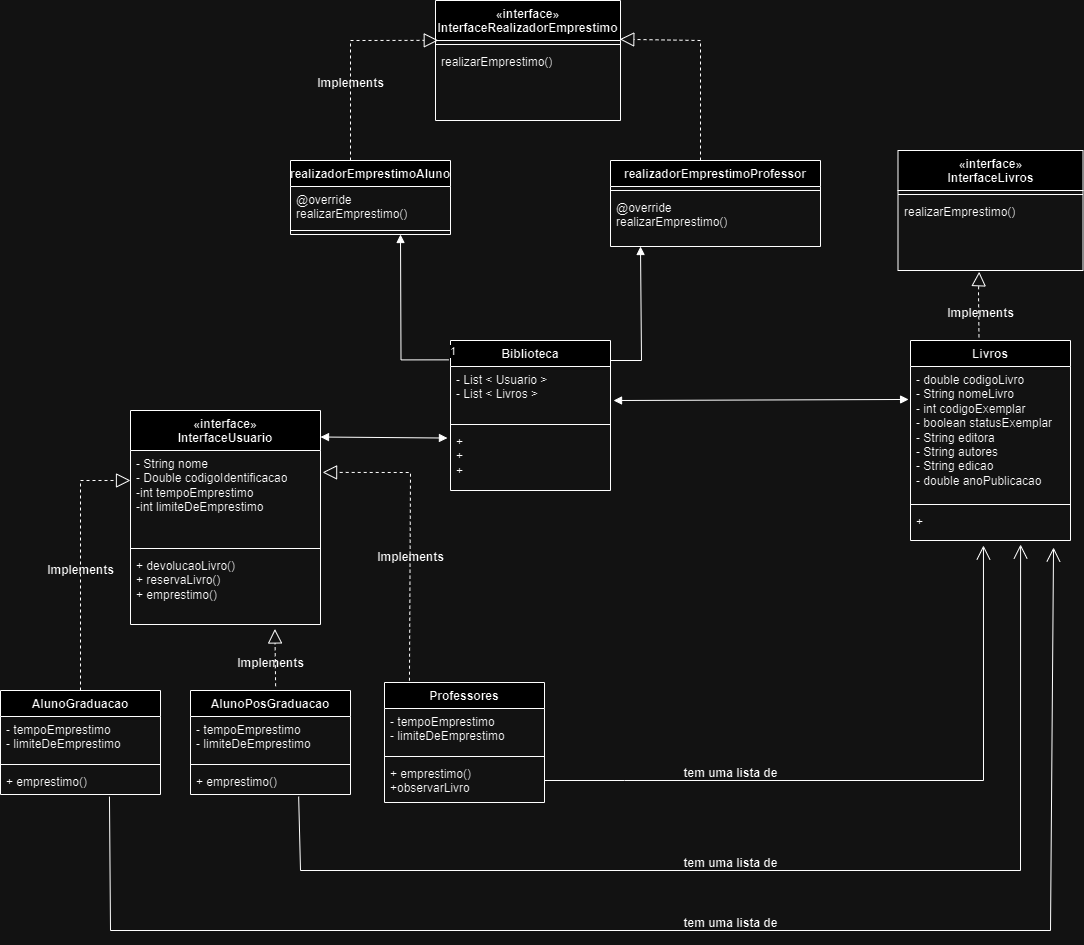
Earlier version of the draw.io export ClassesProjeto/DiagramaClassesTemporario.png (JoseRaimundo27/Trabalho-Final-EngSofware). Source tidied: cells renumbered, new cells last; positions are measured from the earlier drawing's top-left corner, leaving out a move shared by most shapes.
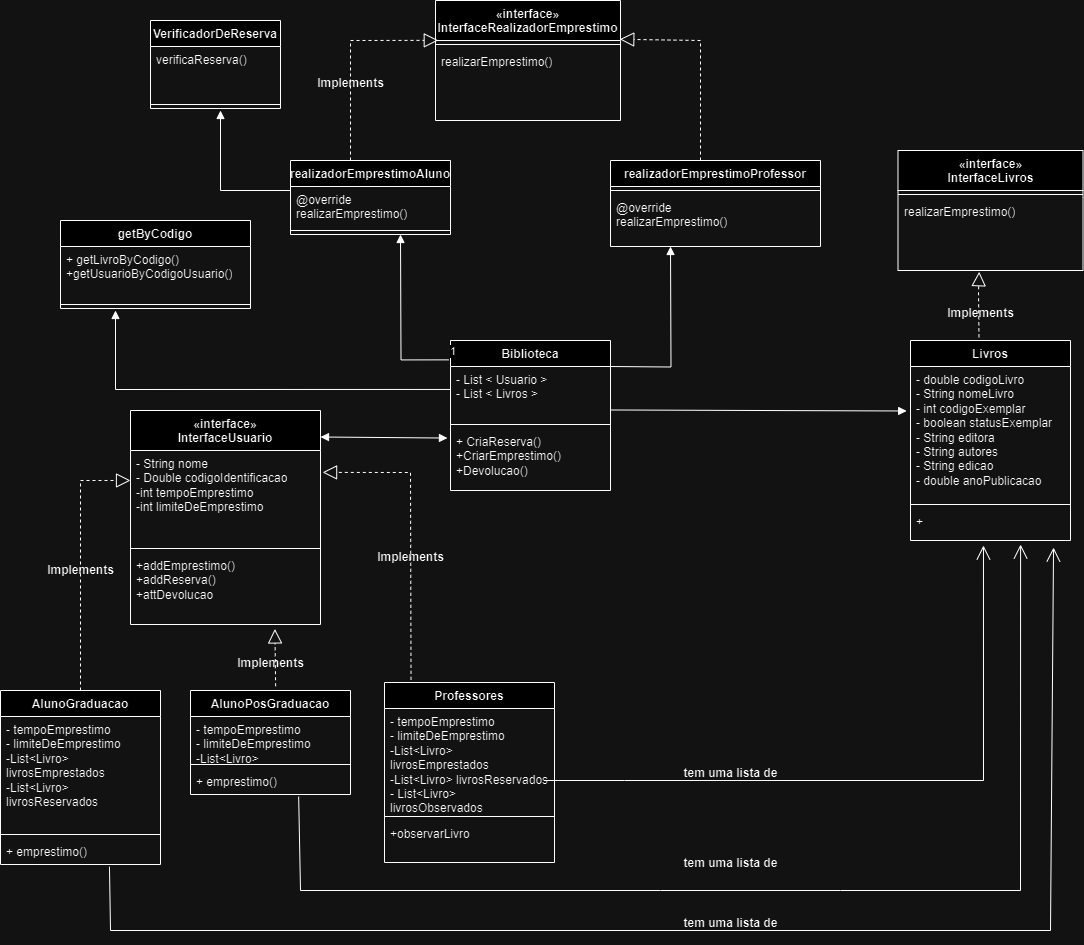
The same file after the commit.

Commit message:
atualizando diagrama

Diff of the diagram source:
```diff
@@ -11,7 +11,7 @@
     <mxCell id="4" style="line;strokeWidth=1;fillColor=none;align=left;verticalAlign=middle;spacingTop=-1;spacingLeft=3;spacingRight=3;labelPosition=right;strokeColor=inherit;" parent="2" vertex="1">
       <mxGeometry y="134" width="190" height="8" as="geometry" />
     </mxCell>
-    <mxCell id="5" value="+ devolucaoLivro()&lt;br&gt;+ reservaLivro()&lt;br&gt;+ emprestimo()" style="text;strokeColor=none;fillColor=none;align=left;verticalAlign=top;spacingLeft=4;spacingRight=4;overflow=hidden;points=[[0,0.5],[1,0.5]];portConstraint=eastwest;whiteSpace=wrap;html=1;" parent="2" vertex="1">
+    <mxCell id="5" value="+addEmprestimo()&lt;br&gt;+addReserva()&lt;br&gt;+attDevolucao" style="text;strokeColor=none;fillColor=none;align=left;verticalAlign=top;spacingLeft=4;spacingRight=4;overflow=hidden;points=[[0,0.5],[1,0.5]];portConstraint=eastwest;whiteSpace=wrap;html=1;" parent="2" vertex="1">
       <mxGeometry y="142" width="190" height="72" as="geometry" />
     </mxCell>
     <mxCell id="6" style="endArrow=block;dashed=1;endFill=0;endSize=12;html=1;rounded=0;exitX=0.5;exitY=0;exitDx=0;exitDy=0;entryX=0;entryY=0.319;entryDx=0;entryDy=0;entryPerimeter=0;" parent="1" edge="1" source="7" target="3">
@@ -22,21 +22,21 @@
       </mxGeometry>
     </mxCell>
     <mxCell id="7" value="AlunoGraduacao" style="swimlane;fontStyle=1;align=center;verticalAlign=top;horizontal=1;startSize=26;whiteSpace=wrap;html=1;" parent="1" vertex="1">
-      <mxGeometry y="690" width="160" height="104" as="geometry" />
+      <mxGeometry y="690" width="160" height="174" as="geometry" />
     </mxCell>
-    <mxCell id="8" value="- tempoEmprestimo&lt;br&gt;- limiteDeEmprestimo" style="text;strokeColor=none;fillColor=none;align=left;verticalAlign=top;spacingLeft=4;spacingRight=4;overflow=hidden;whiteSpace=wrap;html=1;" parent="7" vertex="1">
-      <mxGeometry y="26" width="160" height="44" as="geometry" />
+    <mxCell id="8" value="- tempoEmprestimo&lt;br&gt;- limiteDeEmprestimo&lt;br&gt;-List&amp;lt;Livro&amp;gt; livrosEmprestados&lt;br&gt;-List&amp;lt;Livro&amp;gt; livrosReservados" style="text;strokeColor=none;fillColor=none;align=left;verticalAlign=top;spacingLeft=4;spacingRight=4;overflow=hidden;whiteSpace=wrap;html=1;" parent="7" vertex="1">
+      <mxGeometry y="26" width="160" height="114" as="geometry" />
     </mxCell>
     <mxCell id="9" style="line;strokeWidth=1;fillColor=none;align=left;verticalAlign=middle;spacingTop=-1;spacingLeft=3;spacingRight=3;labelPosition=right;strokeColor=inherit;" parent="7" vertex="1">
-      <mxGeometry y="70" width="160" height="8" as="geometry" />
+      <mxGeometry y="140" width="160" height="8" as="geometry" />
     </mxCell>
     <mxCell id="10" value="+ emprestimo()" style="text;strokeColor=none;fillColor=none;align=left;verticalAlign=top;spacingLeft=4;spacingRight=4;overflow=hidden;points=[[0,0.5],[1,0.5]];portConstraint=eastwest;whiteSpace=wrap;html=1;" parent="7" vertex="1">
-      <mxGeometry y="78" width="160" height="26" as="geometry" />
+      <mxGeometry y="148" width="160" height="26" as="geometry" />
     </mxCell>
     <mxCell id="11" value="AlunoPosGraduacao" style="swimlane;fontStyle=1;align=center;verticalAlign=top;horizontal=1;startSize=26;whiteSpace=wrap;html=1;" parent="1" vertex="1">
       <mxGeometry x="190" y="690" width="160" height="104" as="geometry" />
     </mxCell>
-    <mxCell id="12" value="- tempoEmprestimo&lt;br style=&quot;border-color: var(--border-color);&quot;&gt;- limiteDeEmprestimo" style="text;strokeColor=none;fillColor=none;align=left;verticalAlign=top;spacingLeft=4;spacingRight=4;overflow=hidden;whiteSpace=wrap;html=1;" parent="11" vertex="1">
+    <mxCell id="12" value="- tempoEmprestimo&lt;br style=&quot;border-color: var(--border-color);&quot;&gt;- limiteDeEmprestimo&lt;br style=&quot;border-color: var(--border-color);&quot;&gt;-List&amp;lt;Livro&amp;gt; livrosEmprestados&lt;br style=&quot;border-color: var(--border-color);&quot;&gt;-List&amp;lt;Livro&amp;gt; livrosReservados" style="text;strokeColor=none;fillColor=none;align=left;verticalAlign=top;spacingLeft=4;spacingRight=4;overflow=hidden;whiteSpace=wrap;html=1;" parent="11" vertex="1">
       <mxGeometry y="26" width="160" height="44" as="geometry" />
     </mxCell>
     <mxCell id="13" style="line;strokeWidth=1;fillColor=none;align=left;verticalAlign=middle;spacingTop=-1;spacingLeft=3;spacingRight=3;labelPosition=right;strokeColor=inherit;" parent="11" vertex="1">
@@ -46,16 +46,16 @@
       <mxGeometry y="78" width="160" height="26" as="geometry" />
     </mxCell>
     <mxCell id="15" value="Professores" style="swimlane;fontStyle=1;align=center;verticalAlign=top;horizontal=1;startSize=26;whiteSpace=wrap;html=1;" parent="1" vertex="1">
-      <mxGeometry x="384" y="682" width="160" height="120" as="geometry" />
+      <mxGeometry x="384" y="682" width="170" height="180" as="geometry" />
     </mxCell>
-    <mxCell id="16" value="- tempoEmprestimo&lt;br style=&quot;border-color: var(--border-color);&quot;&gt;- limiteDeEmprestimo" style="text;strokeColor=none;fillColor=none;align=left;verticalAlign=top;spacingLeft=4;spacingRight=4;overflow=hidden;whiteSpace=wrap;html=1;" parent="15" vertex="1">
-      <mxGeometry y="26" width="160" height="44" as="geometry" />
+    <mxCell id="16" value="- tempoEmprestimo&lt;br style=&quot;border-color: var(--border-color);&quot;&gt;- limiteDeEmprestimo&lt;br style=&quot;border-color: var(--border-color);&quot;&gt;-List&amp;lt;Livro&amp;gt; livrosEmprestados&lt;br style=&quot;border-color: var(--border-color);&quot;&gt;-List&amp;lt;Livro&amp;gt; livrosReservados&lt;br&gt;- List&amp;lt;Livro&amp;gt; livrosObservados" style="text;strokeColor=none;fillColor=none;align=left;verticalAlign=top;spacingLeft=4;spacingRight=4;overflow=hidden;whiteSpace=wrap;html=1;" parent="15" vertex="1">
+      <mxGeometry y="26" width="170" height="104" as="geometry" />
     </mxCell>
     <mxCell id="17" style="line;strokeWidth=1;fillColor=none;align=left;verticalAlign=middle;spacingTop=-1;spacingLeft=3;spacingRight=3;labelPosition=right;strokeColor=inherit;" parent="15" vertex="1">
-      <mxGeometry y="70" width="160" height="8" as="geometry" />
+      <mxGeometry y="130" width="170" height="8" as="geometry" />
     </mxCell>
-    <mxCell id="18" value="+ emprestimo()&lt;br&gt;+observarLivro" style="text;strokeColor=none;fillColor=none;align=left;verticalAlign=top;spacingLeft=4;spacingRight=4;overflow=hidden;whiteSpace=wrap;html=1;" parent="15" vertex="1">
-      <mxGeometry y="78" width="160" height="42" as="geometry" />
+    <mxCell id="18" value="+observarLivro" style="text;strokeColor=none;fillColor=none;align=left;verticalAlign=top;spacingLeft=4;spacingRight=4;overflow=hidden;whiteSpace=wrap;html=1;" parent="15" vertex="1">
+      <mxGeometry y="138" width="170" height="42" as="geometry" />
     </mxCell>
     <mxCell id="19" value="Biblioteca" style="swimlane;fontStyle=1;align=center;verticalAlign=top;horizontal=1;startSize=26;whiteSpace=wrap;html=1;" parent="1" vertex="1">
       <mxGeometry x="450" y="340" width="160" height="150" as="geometry" />
@@ -66,7 +66,7 @@
     <mxCell id="21" style="line;strokeWidth=1;fillColor=none;align=left;verticalAlign=middle;spacingTop=-1;spacingLeft=3;spacingRight=3;labelPosition=right;strokeColor=inherit;" parent="19" vertex="1">
       <mxGeometry y="80" width="160" height="8" as="geometry" />
     </mxCell>
-    <mxCell id="22" value="+&lt;br&gt;+&lt;br&gt;+" style="text;strokeColor=none;fillColor=none;align=left;verticalAlign=top;spacingLeft=4;spacingRight=4;overflow=hidden;points=[[0,0.5],[1,0.5]];portConstraint=eastwest;whiteSpace=wrap;html=1;" parent="19" vertex="1">
+    <mxCell id="22" value="+ CriaReserva()&lt;br&gt;+CriarEmprestimo()&lt;br&gt;+Devolucao()" style="text;strokeColor=none;fillColor=none;align=left;verticalAlign=top;spacingLeft=4;spacingRight=4;overflow=hidden;points=[[0,0.5],[1,0.5]];portConstraint=eastwest;whiteSpace=wrap;html=1;" parent="19" vertex="1">
       <mxGeometry y="88" width="160" height="62" as="geometry" />
     </mxCell>
     <mxCell id="23" value="Livros" style="swimlane;fontStyle=1;align=center;verticalAlign=top;horizontal=1;startSize=26;whiteSpace=wrap;html=1;" parent="1" vertex="1">
@@ -86,9 +86,6 @@
         <mxPoint x="320" y="436.5" as="sourcePoint" />
       </mxGeometry>
     </mxCell>
-    <mxCell id="28" style="endArrow=block;startArrow=block;endFill=1;startFill=1;html=1;rounded=0;exitX=1.019;exitY=0.63;exitDx=0;exitDy=0;exitPerimeter=0;entryX=-0.012;entryY=0.246;entryDx=0;entryDy=0;entryPerimeter=0;" parent="1" edge="1" source="20" target="24">
-      <mxGeometry relative="1" as="geometry" />
-    </mxCell>
     <mxCell id="29" value="realizadorEmprestimoAluno" style="swimlane;fontStyle=1;align=center;verticalAlign=top;horizontal=1;startSize=26;whiteSpace=wrap;html=1;" parent="1" vertex="1">
       <mxGeometry x="290" y="160" width="160" height="74" as="geometry" />
     </mxCell>
@@ -124,16 +121,6 @@
     <mxCell id="39" value="1" style="edgeLabel;html=1;align=left;verticalAlign=bottom;" parent="38" vertex="1">
       <mxGeometry x="-1" relative="1" as="geometry" />
     </mxCell>
-    <mxCell id="40" style="endArrow=block;endFill=1;html=1;edgeStyle=orthogonalEdgeStyle;align=left;verticalAlign=top;rounded=0;entryX=0.75;entryY=1;entryDx=0;entryDy=0;exitX=1;exitY=0.096;exitDx=0;exitDy=0;exitPerimeter=0;" parent="1" edge="1" source="20">
-      <mxGeometry x="-0.32" y="30" relative="1" as="geometry">
-        <mxPoint x="640" y="246" as="targetPoint" />
-        <Array as="points">
-          <mxPoint x="610" y="360" />
-          <mxPoint x="641" y="360" />
-          <mxPoint x="641" y="246" />
-        </Array>
-      </mxGeometry>
-    </mxCell>
     <mxCell id="41" value="Implements" style="text;align=center;fontStyle=1;verticalAlign=middle;spacingLeft=3;spacingRight=3;strokeColor=none;html=1;" parent="1" vertex="1">
       <mxGeometry x="40" y="557" width="80" height="26" as="geometry" />
     </mxCell>
@@ -204,8 +191,10 @@
     <mxCell id="55" style="endArrow=open;endFill=1;endSize=12;html=1;rounded=0;exitX=0.676;exitY=1.082;exitDx=0;exitDy=0;exitPerimeter=0;entryX=0.688;entryY=1.125;entryDx=0;entryDy=0;entryPerimeter=0;" parent="1" edge="1" source="14" target="26">
       <mxGeometry relative="1" as="geometry">
         <Array as="points">
-          <mxPoint x="300" y="870" />
-          <mxPoint x="1020" y="870" />
+          <mxPoint x="300" y="890" />
+          <mxPoint x="660" y="890" />
+          <mxPoint x="840" y="890" />
+          <mxPoint x="1020" y="890" />
         </Array>
       </mxGeometry>
     </mxCell>
@@ -226,5 +215,50 @@
     <mxCell id="59" value="tem uma lista de" style="text;align=center;fontStyle=1;verticalAlign=middle;spacingLeft=3;spacingRight=3;strokeColor=none;html=1;" parent="1" vertex="1">
       <mxGeometry x="690" y="910" width="80" height="26" as="geometry" />
     </mxCell>
+    <mxCell id="60" value="getByCodigo" style="swimlane;fontStyle=1;align=center;verticalAlign=top;horizontal=1;startSize=26;whiteSpace=wrap;html=1;" parent="1" vertex="1">
+      <mxGeometry x="60" y="220" width="190" height="88" as="geometry" />
+    </mxCell>
+    <mxCell id="61" value="+ getLivroByCodigo()&lt;br&gt;+getUsuarioByCodigoUsuario()" style="text;strokeColor=none;fillColor=none;align=left;verticalAlign=top;spacingLeft=4;spacingRight=4;overflow=hidden;whiteSpace=wrap;html=1;" parent="60" vertex="1">
+      <mxGeometry y="26" width="190" height="54" as="geometry" />
+    </mxCell>
+    <mxCell id="62" style="line;strokeWidth=1;fillColor=none;align=left;verticalAlign=middle;spacingTop=-1;spacingLeft=3;spacingRight=3;labelPosition=right;strokeColor=inherit;" parent="60" vertex="1">
+      <mxGeometry y="80" width="190" height="8" as="geometry" />
+    </mxCell>
+    <mxCell id="63" style="endArrow=block;endFill=1;html=1;edgeStyle=orthogonalEdgeStyle;align=left;verticalAlign=top;rounded=0;exitX=-0.003;exitY=0.425;exitDx=0;exitDy=0;exitPerimeter=0;" parent="1" edge="1" source="20">
+      <mxGeometry x="-1" relative="1" as="geometry">
+        <mxPoint x="115" y="310" as="targetPoint" />
+        <Array as="points">
+          <mxPoint x="115" y="389" />
+        </Array>
+      </mxGeometry>
+    </mxCell>
+    <mxCell id="64" value="VerificadorDeReserva" style="swimlane;fontStyle=1;align=center;verticalAlign=top;horizontal=1;startSize=26;whiteSpace=wrap;html=1;" parent="1" vertex="1">
+      <mxGeometry x="150" y="20" width="130" height="88" as="geometry" />
+    </mxCell>
+    <mxCell id="65" value="verificaReserva()" style="text;strokeColor=none;fillColor=none;align=left;verticalAlign=top;spacingLeft=4;spacingRight=4;overflow=hidden;whiteSpace=wrap;html=1;" parent="64" vertex="1">
+      <mxGeometry y="26" width="130" height="54" as="geometry" />
+    </mxCell>
+    <mxCell id="66" style="line;strokeWidth=1;fillColor=none;align=left;verticalAlign=middle;spacingTop=-1;spacingLeft=3;spacingRight=3;labelPosition=right;strokeColor=inherit;" parent="64" vertex="1">
+      <mxGeometry y="80" width="130" height="8" as="geometry" />
+    </mxCell>
+    <mxCell id="67" style="endArrow=block;endFill=1;html=1;edgeStyle=orthogonalEdgeStyle;align=left;verticalAlign=top;rounded=0;entryX=0.75;entryY=1;entryDx=0;entryDy=0;exitX=0;exitY=0.1;exitDx=0;exitDy=0;exitPerimeter=0;" parent="1" edge="1" source="30">
+      <mxGeometry x="-1" relative="1" as="geometry">
+        <mxPoint x="220" y="110" as="targetPoint" />
+        <Array as="points">
+          <mxPoint x="220" y="190" />
+        </Array>
+      </mxGeometry>
+    </mxCell>
+    <mxCell id="68" style="endArrow=block;endFill=1;html=1;edgeStyle=orthogonalEdgeStyle;align=left;verticalAlign=top;rounded=0;entryX=0.75;entryY=1;entryDx=0;entryDy=0;" parent="1" edge="1">
+      <mxGeometry x="-1" relative="1" as="geometry">
+        <mxPoint x="610" y="366" as="sourcePoint" />
+        <mxPoint x="670" y="246" as="targetPoint" />
+      </mxGeometry>
+    </mxCell>
+    <mxCell id="69" style="endArrow=block;endFill=1;html=1;edgeStyle=orthogonalEdgeStyle;align=left;verticalAlign=top;rounded=0;entryX=-0.024;entryY=0.332;entryDx=0;entryDy=0;entryPerimeter=0;" parent="1" edge="1" target="24">
+      <mxGeometry x="-1" relative="1" as="geometry">
+        <mxPoint x="610" y="409.5" as="sourcePoint" />
+      </mxGeometry>
+    </mxCell>
   </root>
 </mxGraphModel>
```
